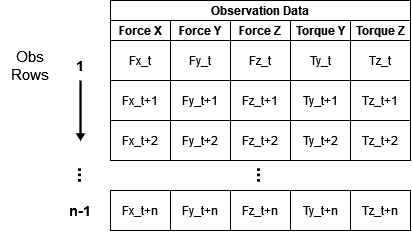
The draw.io diagram obs_matrix.drawio.png in TONiiV/flowcharts, before a commit. Source tidied: cells renumbered, new cells last; positions are measured from the earlier drawing's top-left corner, leaving out a move shared by most shapes.
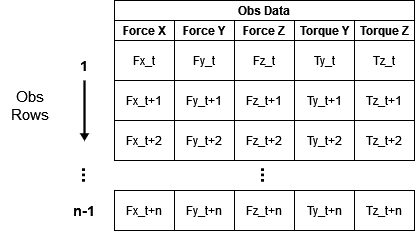
The same diagram one commit later.

Change to the diagram source:
```diff
@@ -2,7 +2,7 @@
   <root>
     <mxCell id="0" />
     <mxCell id="1" parent="0" />
-    <mxCell id="2" value="Observation Data" style="swimlane;startSize=20;" parent="1" vertex="1">
+    <mxCell id="2" value="Obs Data" style="swimlane;startSize=20;" parent="1" vertex="1">
       <mxGeometry x="110" width="300" height="160" as="geometry" />
     </mxCell>
     <mxCell id="3" value="Force X" style="swimlane;startSize=20;" parent="2" vertex="1">
@@ -66,7 +66,7 @@
       <mxGeometry y="100" width="60" height="40" as="geometry" />
     </mxCell>
     <mxCell id="23" value="&lt;div align=&quot;center&quot;&gt;&lt;font style=&quot;font-size: 15px&quot;&gt;Obs Rows&lt;/font&gt;&lt;/div&gt;" style="text;html=1;strokeColor=none;fillColor=none;align=center;verticalAlign=middle;whiteSpace=wrap;rounded=0;fontSize=14;fontFamily=Helvetica;" parent="1" vertex="1">
-      <mxGeometry y="50" width="60" height="30" as="geometry" />
+      <mxGeometry x="-4" y="90" width="60" height="30" as="geometry" />
     </mxCell>
     <mxCell id="24" value="Fx_t+n" style="rounded=0;whiteSpace=wrap;html=1;" parent="1" vertex="1">
       <mxGeometry x="110" y="190" width="60" height="40" as="geometry" />
```
